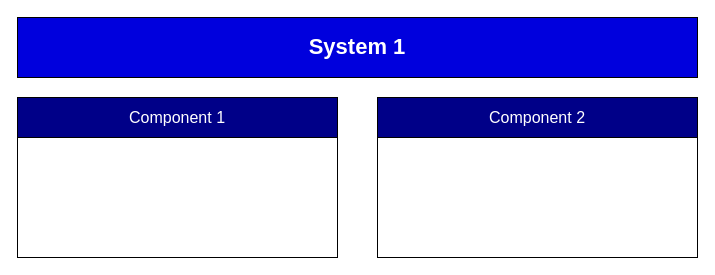
Earlier version of the draw.io diagram data/drawio-samples/model1.drawio.xml (senacor2/archi-graph-j). Source tidied: cells renumbered, new cells numbered last; positions are measured from the earlier drawing's top-left corner, leaving out a move shared by most shapes. Both pictures are drawn from the tidied source at 100%, with x=0, y=0 at pixel (17, 17).
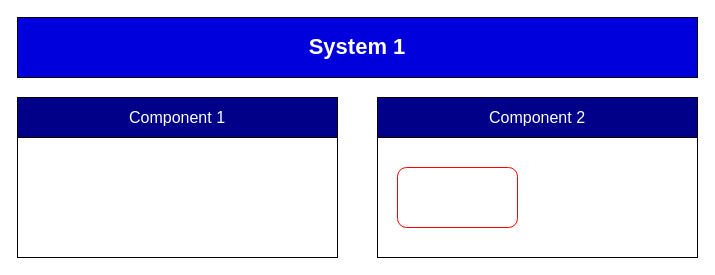
The same page after the edit.

Change to the diagram source:
```diff
@@
 <mxGraphModel>
   <root>
     <mxCell id="0" />
     <mxCell id="1" parent="0" />
     <mxCell id="2" value="System 1" style="rounded=0;whiteSpace=wrap;html=1;fontSize=22;fontStyle=1;fillColor=#0000DD;fontColor=#FFFFFF;" parent="1" vertex="1">
       <mxGeometry width="680" height="60" as="geometry" />
     </mxCell>
     <mxCell id="3" style="rounded=0;whiteSpace=wrap;html=1;" parent="1" vertex="1">
       <mxGeometry y="80" width="320" height="160" as="geometry" />
     </mxCell>
     <mxCell id="4" style="rounded=0;whiteSpace=wrap;html=1;" parent="1" vertex="1">
       <mxGeometry x="360" y="80" width="320" height="160" as="geometry" />
     </mxCell>
     <mxCell id="5" value="Component 1" style="rounded=0;whiteSpace=wrap;html=1;fillColor=#000088;fontColor=#FFFFFF;fontSize=16;" parent="1" vertex="1">
       <mxGeometry y="80" width="320" height="40" as="geometry" />
     </mxCell>
     <mxCell id="6" value="Component 2" style="rounded=0;whiteSpace=wrap;html=1;fillColor=#000088;fontColor=#FFFFFF;fontSize=16;" parent="1" vertex="1">
       <mxGeometry x="360" y="80" width="320" height="40" as="geometry" />
     </mxCell>
+    <mxCell id="7" style="rounded=1;whiteSpace=wrap;html=1;strokeColor=#FF0000;" parent="1" vertex="1">
+      <mxGeometry x="380" y="150" width="120" height="60" as="geometry" />
+    </mxCell>
   </root>
 </mxGraphModel>
```
